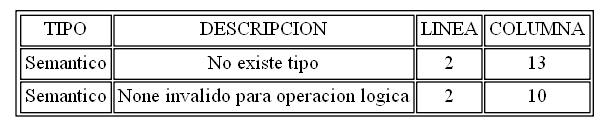
AndreeAvalos/OLC2-AUGUS keeps this Graphviz diagram as ESemanticos.png. Above is the earlier version. Its source is kept beside it as ESemanticos.dot.
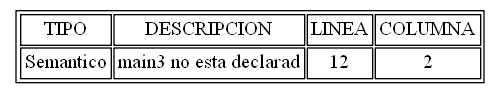
Later version of the same file.

Change to the diagram source:
```diff
@@ -3,8 +3,7 @@
 graph [bb="0,0,352,154"];
 arset [label=<<TABLE ALIGN="LEFT">
 <TR><TD>TIPO</TD><TD>DESCRIPCION</TD><TD>LINEA</TD><TD>COLUMNA</TD></TR>
-<TR><TD>Semantico</TD><TD>No existe tipo</TD><TD>2</TD><TD>13</TD></TR>
-<TR><TD>Semantico</TD><TD>None invalido para operacion logica</TD><TD>2</TD><TD>10</TD></TR>
+<TR><TD>Semantico</TD><TD>main3 no esta declarad</TD><TD>12</TD><TD>2</TD></TR>
 </TABLE>
 >, ];
 }
```
